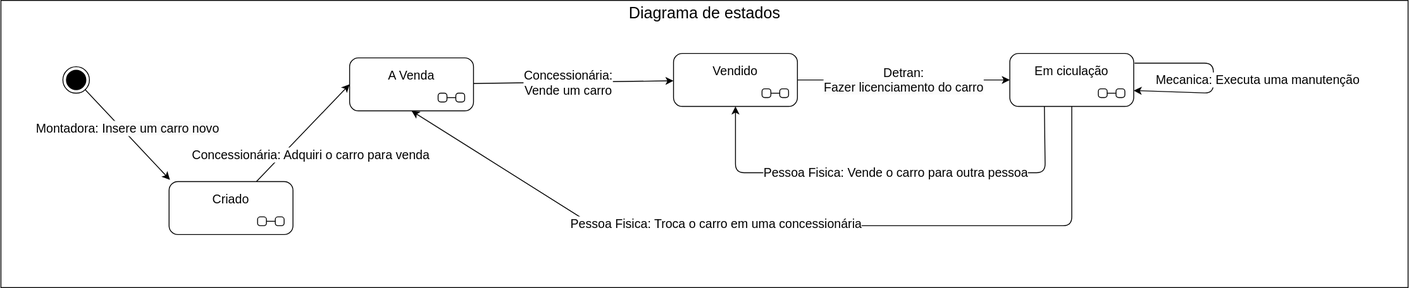
Before: docs/diagrams/uml/car_state.drawio.svg, a diagram exported from draw.io (yurihartmann/car_lifes_cycle_hyperledger_fabric). Source tidied: cells renumbered, new cells last; positions are measured from the earlier drawing's top-left corner, leaving out a move shared by most shapes. The source it was exported from:
```xml
<mxGraphModel>
  <root>
    <mxCell id="0" />
    <mxCell id="1" parent="0" />
    <mxCell id="2" style="rounded=0;whiteSpace=wrap;html=1;fontSize=14;" parent="1" vertex="1">
      <mxGeometry width="1590" height="325" as="geometry" />
    </mxCell>
    <mxCell id="3" style="edgeStyle=none;html=1;entryX=0.007;entryY=-0.033;entryDx=0;entryDy=0;entryPerimeter=0;" parent="1" edge="1" source="5" target="19">
      <mxGeometry relative="1" as="geometry" />
    </mxCell>
    <mxCell id="4" value="&lt;font style=&quot;font-size: 14px;&quot;&gt;Montadora:&amp;nbsp;&lt;span style=&quot;background-color: rgb(251, 251, 251);&quot;&gt;Insere um carro novo&lt;/span&gt;&lt;/font&gt;" style="edgeLabel;html=1;align=center;verticalAlign=middle;" parent="3" vertex="1">
      <mxGeometry x="-0.15" y="-1" relative="1" as="geometry">
        <mxPoint x="7" y="-1" as="offset" />
      </mxGeometry>
    </mxCell>
    <mxCell id="5" style="ellipse;html=1;shape=endState;fillColor=strokeColor;" parent="1" vertex="1">
      <mxGeometry x="70" y="75" width="30" height="30" as="geometry" />
    </mxCell>
    <mxCell id="6" style="edgeStyle=none;html=1;" parent="1" edge="1" source="8" target="10">
      <mxGeometry relative="1" as="geometry" />
    </mxCell>
    <mxCell id="7" value="&lt;font style=&quot;font-size: 14px;&quot;&gt;Concessionária: &lt;br&gt;Vende um carro&lt;/font&gt;" style="edgeLabel;html=1;align=center;verticalAlign=middle;" parent="6" vertex="1">
      <mxGeometry x="-0.12" y="-1" relative="1" as="geometry">
        <mxPoint x="7" y="-1" as="offset" />
      </mxGeometry>
    </mxCell>
    <mxCell id="8" value="A Venda" style="shape=umlState;rounded=1;verticalAlign=top;spacingTop=5;umlStateSymbol=collapseState;absoluteArcSize=1;arcSize=10;fontSize=14;" parent="1" vertex="1">
      <mxGeometry x="394" y="65" width="140" height="60" as="geometry" />
    </mxCell>
    <mxCell id="9" value="&lt;font style=&quot;font-size: 14px;&quot;&gt;&lt;span style=&quot;color: rgb(0, 0, 0); font-family: Helvetica; font-style: normal; font-variant-ligatures: normal; font-variant-caps: normal; font-weight: 400; letter-spacing: normal; orphans: 2; text-align: center; text-indent: 0px; text-transform: none; widows: 2; word-spacing: 0px; -webkit-text-stroke-width: 0px; background-color: rgb(255, 255, 255); text-decoration-thickness: initial; text-decoration-style: initial; text-decoration-color: initial; float: none; display: inline !important;&quot;&gt;Detran:&amp;nbsp;&lt;br&gt;&lt;/span&gt;&lt;span style=&quot;border-color: var(--border-color); color: rgb(0, 0, 0); font-family: Helvetica; font-style: normal; font-variant-ligatures: normal; font-variant-caps: normal; font-weight: 400; letter-spacing: normal; orphans: 2; text-align: center; text-indent: 0px; text-transform: none; widows: 2; word-spacing: 0px; -webkit-text-stroke-width: 0px; text-decoration-thickness: initial; text-decoration-style: initial; text-decoration-color: initial; background-color: rgb(251, 251, 251);&quot;&gt;Fazer licenciamento do carro&lt;/span&gt;&lt;/font&gt;" style="edgeStyle=none;html=1;" parent="1" edge="1" source="10" target="15">
      <mxGeometry relative="1" as="geometry" />
    </mxCell>
    <mxCell id="10" value="Vendido" style="shape=umlState;rounded=1;verticalAlign=top;spacingTop=5;umlStateSymbol=collapseState;absoluteArcSize=1;arcSize=10;fontSize=14;" parent="1" vertex="1">
      <mxGeometry x="760" y="60" width="140" height="60" as="geometry" />
    </mxCell>
    <mxCell id="11" style="edgeStyle=none;html=1;entryX=0.5;entryY=1;entryDx=0;entryDy=0;exitX=0.279;exitY=1;exitDx=0;exitDy=0;exitPerimeter=0;" parent="1" edge="1" source="15" target="10">
      <mxGeometry relative="1" as="geometry">
        <Array as="points">
          <mxPoint x="1180" y="195" />
          <mxPoint x="830" y="195" />
        </Array>
      </mxGeometry>
    </mxCell>
    <mxCell id="12" value="&lt;font style=&quot;font-size: 14px;&quot;&gt;Pessoa Fisica: Vende o carro para outra pessoa&lt;/font&gt;" style="edgeLabel;html=1;align=center;verticalAlign=middle;" parent="11" vertex="1">
      <mxGeometry x="0.21" y="-1" relative="1" as="geometry">
        <mxPoint x="57" as="offset" />
      </mxGeometry>
    </mxCell>
    <mxCell id="13" style="edgeStyle=none;html=1;entryX=0.5;entryY=1;entryDx=0;entryDy=0;" parent="1" edge="1" source="15" target="8">
      <mxGeometry relative="1" as="geometry">
        <Array as="points">
          <mxPoint x="1210" y="255" />
          <mxPoint x="670" y="255" />
        </Array>
      </mxGeometry>
    </mxCell>
    <mxCell id="14" value="&lt;font style=&quot;font-size: 14px;&quot;&gt;Pessoa Fisica: Troca o carro em uma concessionária&lt;/font&gt;" style="edgeLabel;html=1;align=center;verticalAlign=middle;" parent="13" vertex="1">
      <mxGeometry x="0.17" y="-3" relative="1" as="geometry" />
    </mxCell>
    <mxCell id="15" value="Em ciculação" style="shape=umlState;rounded=1;verticalAlign=top;spacingTop=5;umlStateSymbol=collapseState;absoluteArcSize=1;arcSize=10;fontSize=14;" parent="1" vertex="1">
      <mxGeometry x="1140" y="60" width="140" height="60" as="geometry" />
    </mxCell>
    <mxCell id="16" value="&lt;font style=&quot;font-size: 14px;&quot;&gt;Mecanica: Executa uma manutenção&lt;/font&gt;" style="edgeStyle=none;html=1;entryX=1;entryY=0.7;entryDx=0;entryDy=0;exitX=1.007;exitY=0.183;exitDx=0;exitDy=0;exitPerimeter=0;" parent="1" edge="1" source="15" target="15">
      <mxGeometry x="0.01" y="50" relative="1" as="geometry">
        <Array as="points">
          <mxPoint x="1370" y="71" />
          <mxPoint x="1370" y="105" />
        </Array>
      </mxGeometry>
    </mxCell>
    <mxCell id="17" style="edgeStyle=none;html=1;entryX=0;entryY=0.5;entryDx=0;entryDy=0;" parent="1" edge="1" source="19" target="8">
      <mxGeometry relative="1" as="geometry" />
    </mxCell>
    <mxCell id="18" value="&lt;font style=&quot;font-size: 14px;&quot;&gt;Concessionária: Adquiri o carro para venda&lt;/font&gt;" style="edgeLabel;html=1;align=center;verticalAlign=middle;" parent="17" vertex="1">
      <mxGeometry x="-0.33" y="2" relative="1" as="geometry">
        <mxPoint x="27" y="8" as="offset" />
      </mxGeometry>
    </mxCell>
    <mxCell id="19" value="Criado" style="shape=umlState;rounded=1;verticalAlign=top;spacingTop=5;umlStateSymbol=collapseState;absoluteArcSize=1;arcSize=10;fontSize=14;" parent="1" vertex="1">
      <mxGeometry x="190" y="205" width="140" height="60" as="geometry" />
    </mxCell>
    <mxCell id="20" value="&lt;font style=&quot;font-size: 18px;&quot;&gt;Diagrama de estados&lt;/font&gt;" style="text;html=1;strokeColor=none;fillColor=none;align=center;verticalAlign=middle;whiteSpace=wrap;rounded=0;fontSize=14;" parent="1" vertex="1">
      <mxGeometry x="662.5" width="265" height="30" as="geometry" />
    </mxCell>
  </root>
</mxGraphModel>
```
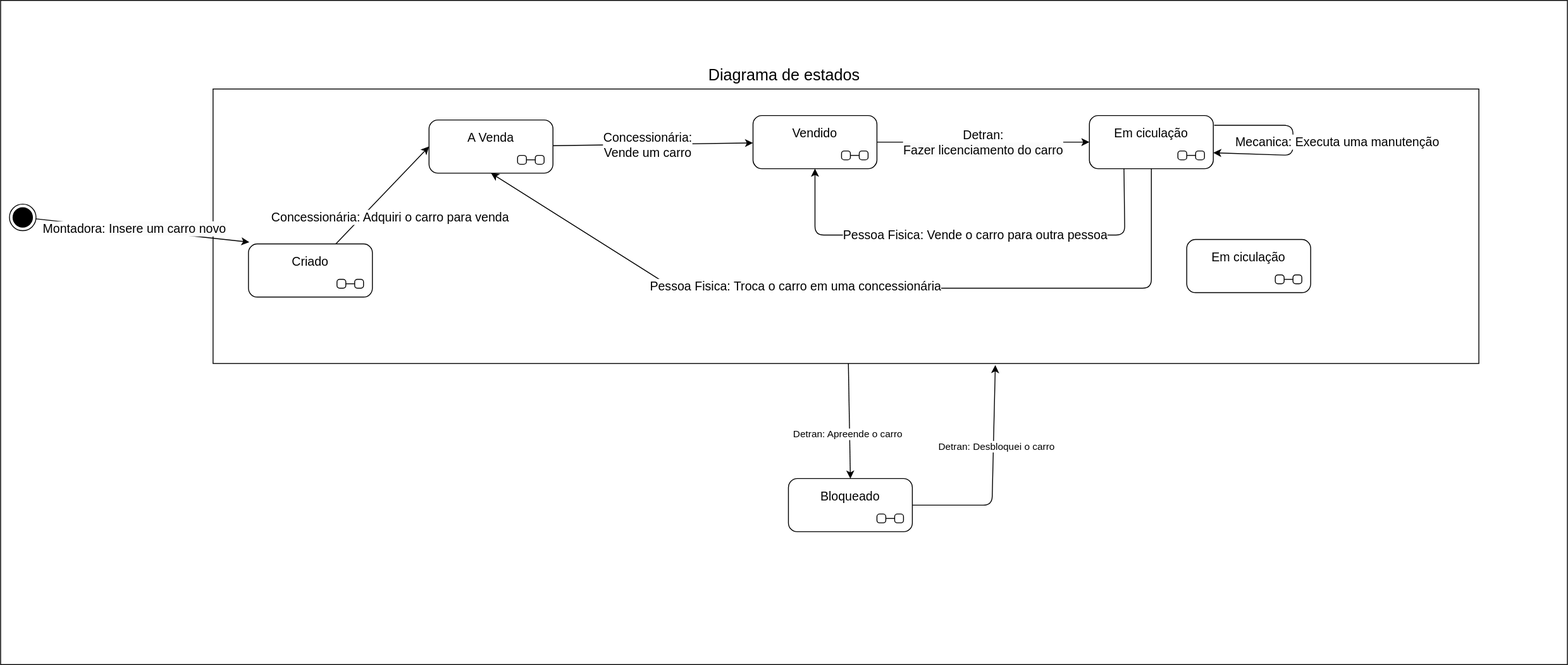
The same file after the commit.

Commit message:
Ajustes UML

Change to the diagram source:
```diff
@@ -3,8 +3,17 @@
     <mxCell id="0" />
     <mxCell id="1" parent="0" />
     <mxCell id="2" style="rounded=0;whiteSpace=wrap;html=1;fontSize=14;" parent="1" vertex="1">
-      <mxGeometry width="1590" height="325" as="geometry" />
+      <mxGeometry x="-90" y="-70" width="1770" height="750" as="geometry" />
     </mxCell>
+    <mxCell id="21" style="edgeStyle=none;html=1;entryX=0.5;entryY=0;entryDx=0;entryDy=0;" parent="1" edge="1" source="23" target="26">
+      <mxGeometry relative="1" as="geometry" />
+    </mxCell>
+    <mxCell id="22" value="Detran: Apreende o carro" style="edgeLabel;html=1;align=center;verticalAlign=middle;" parent="21" vertex="1">
+      <mxGeometry x="0.22" y="-3" relative="1" as="geometry" />
+    </mxCell>
+    <mxCell id="23" style="rounded=0;whiteSpace=wrap;html=1;" parent="1" vertex="1">
+      <mxGeometry x="150" y="30" width="1430" height="310" as="geometry" />
+    </mxCell>
     <mxCell id="3" style="edgeStyle=none;html=1;entryX=0.007;entryY=-0.033;entryDx=0;entryDy=0;entryPerimeter=0;" parent="1" edge="1" source="5" target="19">
       <mxGeometry relative="1" as="geometry" />
     </mxCell>
@@ -14,7 +23,7 @@
       </mxGeometry>
     </mxCell>
     <mxCell id="5" style="ellipse;html=1;shape=endState;fillColor=strokeColor;" parent="1" vertex="1">
-      <mxGeometry x="70" y="75" width="30" height="30" as="geometry" />
+      <mxGeometry x="-80" y="160" width="30" height="30" as="geometry" />
     </mxCell>
     <mxCell id="6" style="edgeStyle=none;html=1;" parent="1" edge="1" source="8" target="10">
       <mxGeometry relative="1" as="geometry" />
@@ -82,5 +91,21 @@
     <mxCell id="20" value="&lt;font style=&quot;font-size: 18px;&quot;&gt;Diagrama de estados&lt;/font&gt;" style="text;html=1;strokeColor=none;fillColor=none;align=center;verticalAlign=middle;whiteSpace=wrap;rounded=0;fontSize=14;" parent="1" vertex="1">
       <mxGeometry x="662.5" width="265" height="30" as="geometry" />
     </mxCell>
+    <mxCell id="24" style="edgeStyle=none;html=1;entryX=0.618;entryY=1.006;entryDx=0;entryDy=0;entryPerimeter=0;" parent="1" edge="1" source="26" target="23">
+      <mxGeometry relative="1" as="geometry">
+        <Array as="points">
+          <mxPoint x="1030" y="500" />
+        </Array>
+      </mxGeometry>
+    </mxCell>
+    <mxCell id="25" value="Detran: Desbloquei o carro" style="edgeLabel;html=1;align=center;verticalAlign=middle;" parent="24" vertex="1">
+      <mxGeometry x="0.27" y="-3" relative="1" as="geometry" />
+    </mxCell>
+    <mxCell id="26" value="Bloqueado" style="shape=umlState;rounded=1;verticalAlign=top;spacingTop=5;umlStateSymbol=collapseState;absoluteArcSize=1;arcSize=10;fontSize=14;" parent="1" vertex="1">
+      <mxGeometry x="800" y="470" width="140" height="60" as="geometry" />
+    </mxCell>
+    <mxCell id="27" value="Em ciculação" style="shape=umlState;rounded=1;verticalAlign=top;spacingTop=5;umlStateSymbol=collapseState;absoluteArcSize=1;arcSize=10;fontSize=14;" parent="1" vertex="1">
+      <mxGeometry x="1250" y="200" width="140" height="60" as="geometry" />
+    </mxCell>
   </root>
 </mxGraphModel>
```
